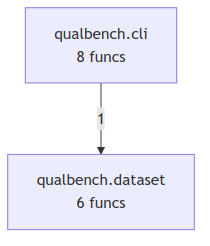
Earlier version of the Mermaid export project/compact_flow.png (semcod/qualbench). Its source is kept beside it as project/compact_flow.mmd.
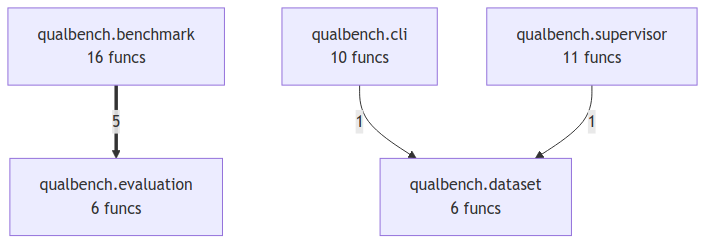
Later version of the same file.

Diff of the diagram source:
```diff
@@ -1,4 +1,9 @@
 flowchart TD
-    qualbench__cli["qualbench.cli<br/>8 funcs"]
+    qualbench__benchmark["qualbench.benchmark<br/>16 funcs"]
+    qualbench__cli["qualbench.cli<br/>10 funcs"]
     qualbench__dataset["qualbench.dataset<br/>6 funcs"]
+    qualbench__evaluation["qualbench.evaluation<br/>6 funcs"]
+    qualbench__supervisor["qualbench.supervisor<br/>11 funcs"]
+    qualbench__benchmark ==>|5| qualbench__evaluation
     qualbench__cli -->|1| qualbench__dataset
+    qualbench__supervisor -->|1| qualbench__dataset
```
